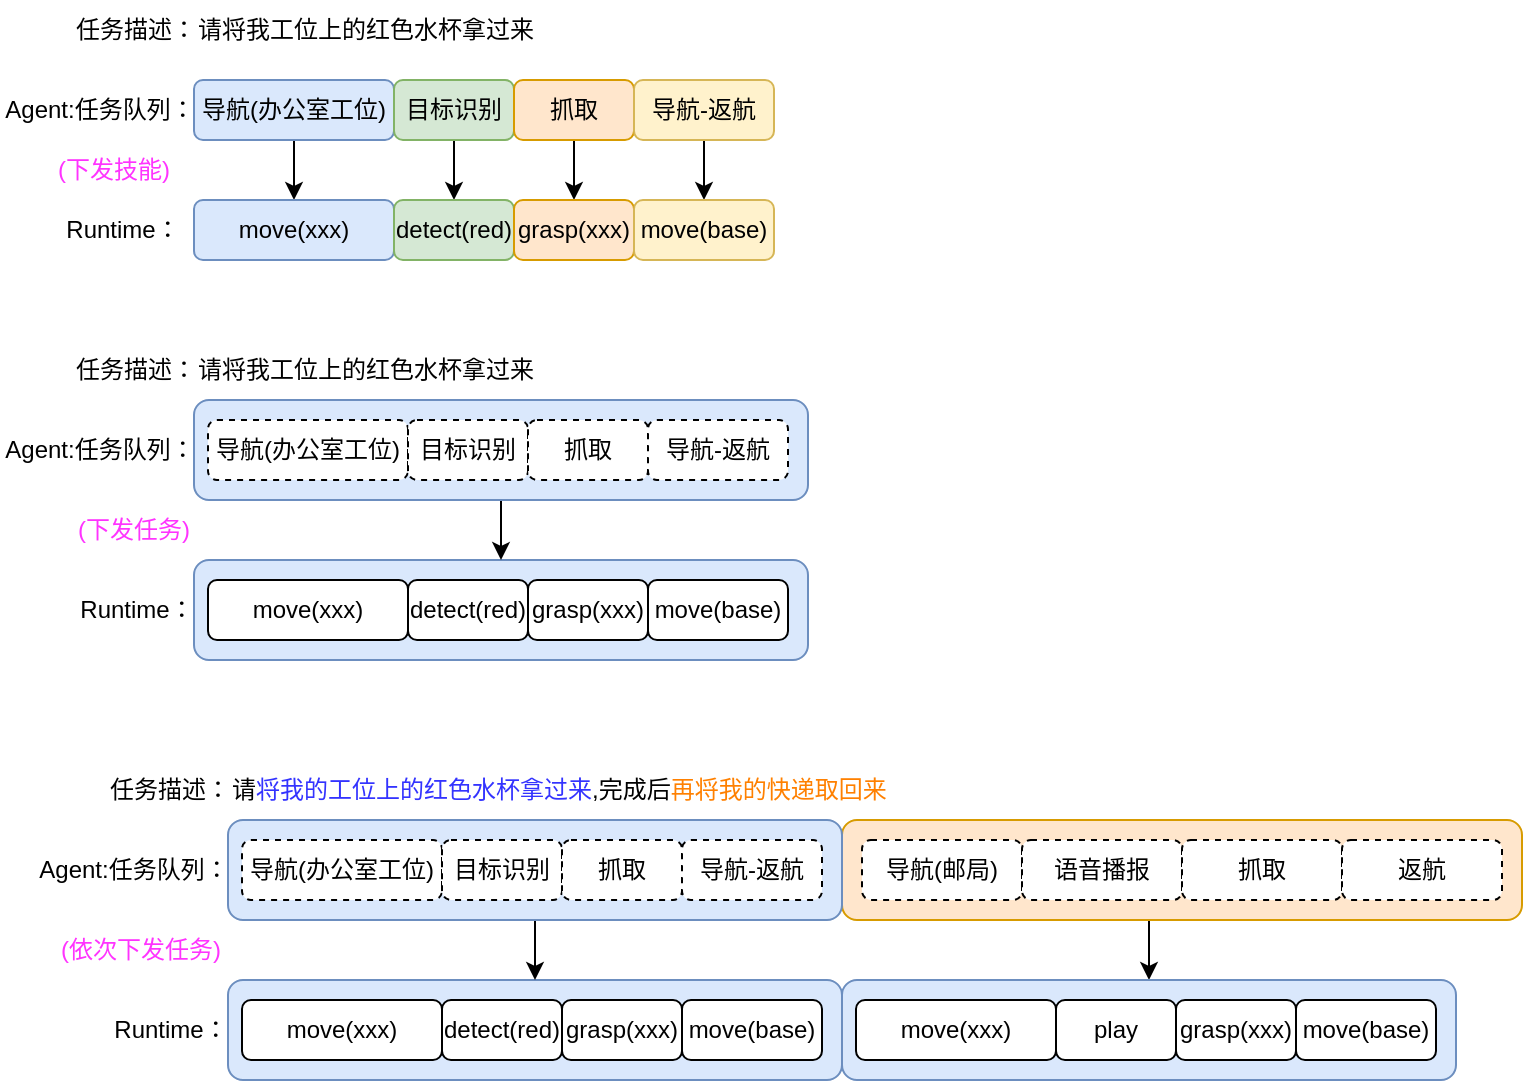
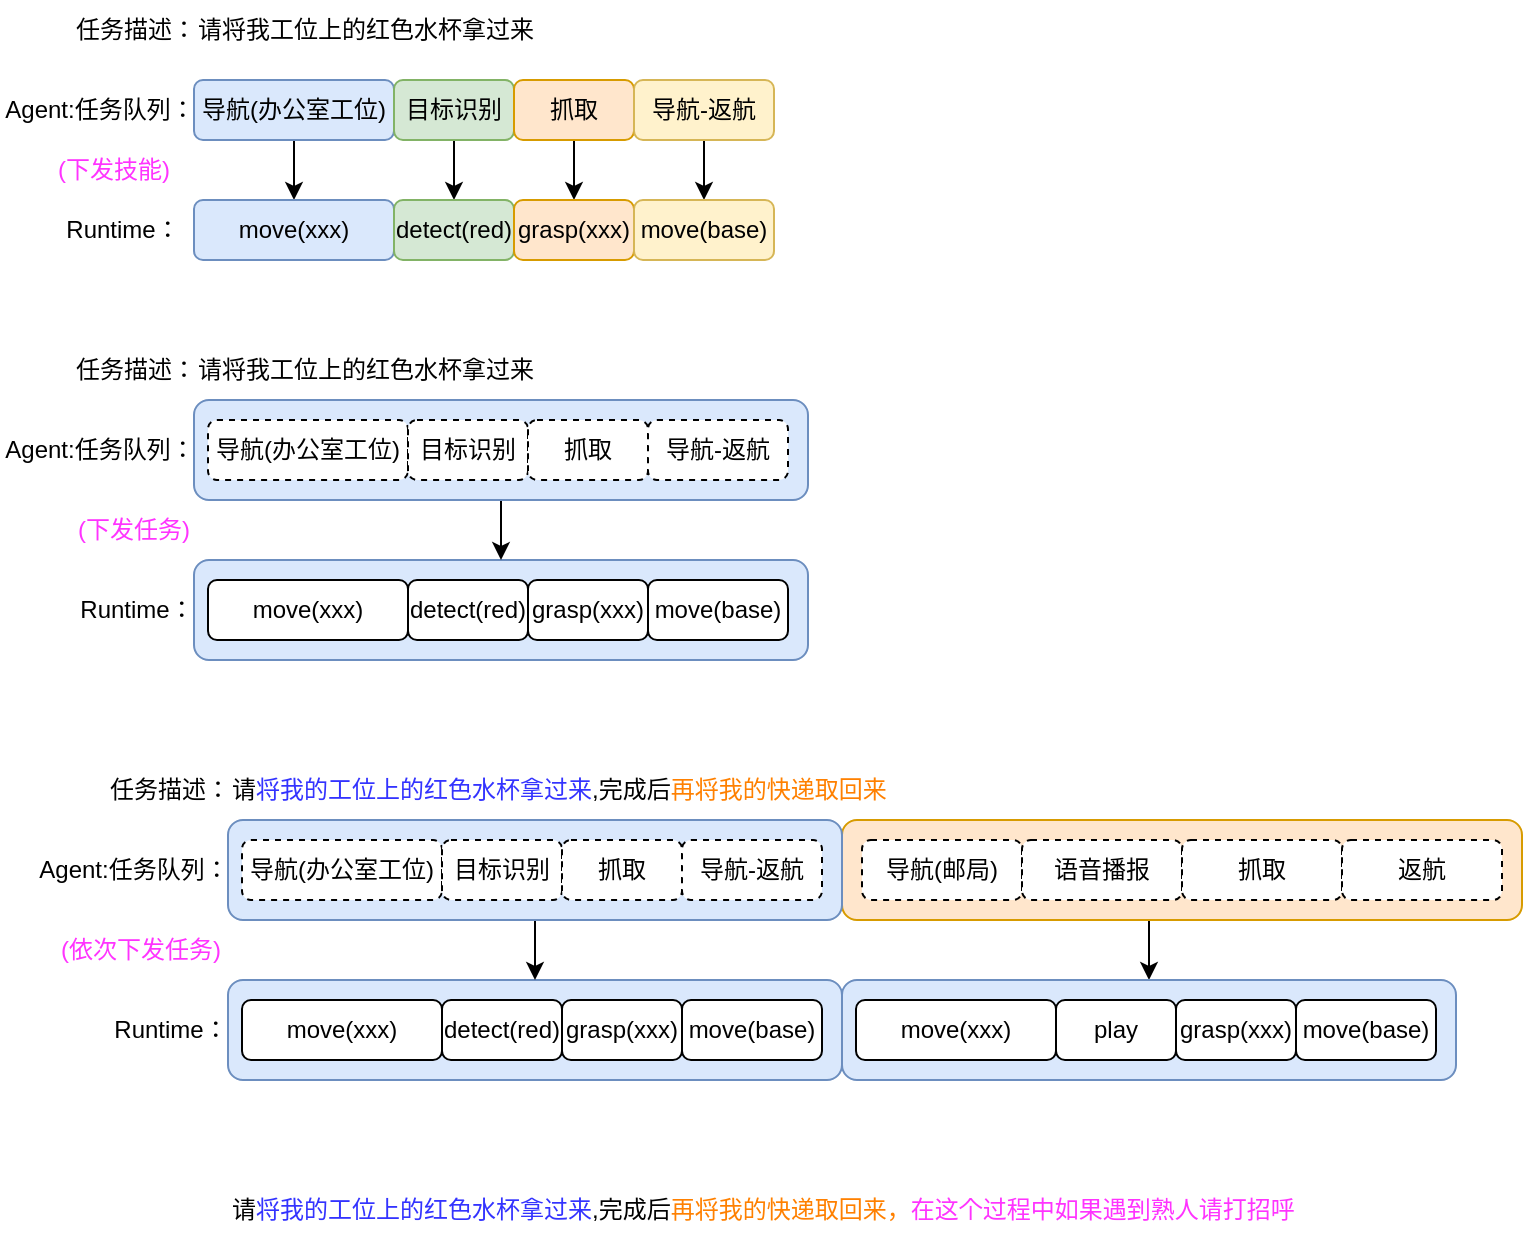
<mxfile host="app.diagrams.net">
  <diagram name="第 1 页" id="AqDmRzZVIJ-5uyctXJOA">
    <mxGraphModel dx="927" dy="527" grid="1" gridSize="10" guides="1" tooltips="1" connect="1" arrows="1" fold="1" page="1" pageScale="1" pageWidth="2339" pageHeight="3300" math="0" shadow="0">
      <root>
        <mxCell id="0" />
        <mxCell id="1" parent="0" />
        <mxCell id="TX6EBbOIm9mCNyf-wsjQ-69" edge="1" parent="1" source="TX6EBbOIm9mCNyf-wsjQ-63" style="edgeStyle=orthogonalEdgeStyle;rounded=0;orthogonalLoop=1;jettySize=auto;html=1;exitX=0.5;exitY=1;exitDx=0;exitDy=0;entryX=0.5;entryY=0;entryDx=0;entryDy=0;" target="TX6EBbOIm9mCNyf-wsjQ-64">
          <mxGeometry relative="1" as="geometry" />
        </mxCell>
        <mxCell id="TX6EBbOIm9mCNyf-wsjQ-63" parent="1" style="rounded=1;whiteSpace=wrap;html=1;fillColor=#ffe6cc;strokeColor=#d79b00;" value="" vertex="1">
          <mxGeometry height="50" width="340" x="444" y="740" as="geometry" />
        </mxCell>
        <mxCell id="TX6EBbOIm9mCNyf-wsjQ-37" parent="1" style="rounded=1;whiteSpace=wrap;html=1;fillColor=#dae8fc;strokeColor=#6c8ebf;" value="" vertex="1">
          <mxGeometry height="50" width="307" x="120" y="610" as="geometry" />
        </mxCell>
        <mxCell id="TX6EBbOIm9mCNyf-wsjQ-38" edge="1" parent="1" source="TX6EBbOIm9mCNyf-wsjQ-36" style="edgeStyle=orthogonalEdgeStyle;rounded=0;orthogonalLoop=1;jettySize=auto;html=1;exitX=0.5;exitY=1;exitDx=0;exitDy=0;entryX=0.5;entryY=0;entryDx=0;entryDy=0;" target="TX6EBbOIm9mCNyf-wsjQ-37">
          <mxGeometry relative="1" as="geometry" />
        </mxCell>
        <mxCell id="TX6EBbOIm9mCNyf-wsjQ-36" parent="1" style="rounded=1;whiteSpace=wrap;html=1;fillColor=#dae8fc;strokeColor=#6c8ebf;" value="" vertex="1">
          <mxGeometry height="50" width="307" x="120" y="530" as="geometry" />
        </mxCell>
        <mxCell id="TX6EBbOIm9mCNyf-wsjQ-15" edge="1" parent="1" source="TX6EBbOIm9mCNyf-wsjQ-1" style="edgeStyle=orthogonalEdgeStyle;rounded=0;orthogonalLoop=1;jettySize=auto;html=1;exitX=0.5;exitY=1;exitDx=0;exitDy=0;entryX=0.5;entryY=0;entryDx=0;entryDy=0;" target="TX6EBbOIm9mCNyf-wsjQ-11">
          <mxGeometry relative="1" as="geometry" />
        </mxCell>
        <mxCell id="TX6EBbOIm9mCNyf-wsjQ-1" parent="1" style="rounded=1;whiteSpace=wrap;html=1;fillColor=#dae8fc;strokeColor=#6c8ebf;" value="导航(办公室工位)" vertex="1">
          <mxGeometry height="30" width="100" x="120" y="370" as="geometry" />
        </mxCell>
        <mxCell id="TX6EBbOIm9mCNyf-wsjQ-2" parent="1" style="text;html=1;whiteSpace=wrap;strokeColor=none;fillColor=none;align=center;verticalAlign=middle;rounded=0;" value="Agent:任务队列：" vertex="1">
          <mxGeometry height="30" width="100" x="23" y="370" as="geometry" />
        </mxCell>
        <mxCell id="TX6EBbOIm9mCNyf-wsjQ-3" parent="1" style="text;html=1;whiteSpace=wrap;strokeColor=none;fillColor=none;align=center;verticalAlign=middle;rounded=0;" value="任务描述：" vertex="1">
          <mxGeometry height="30" width="70" x="56" y="330" as="geometry" />
        </mxCell>
        <mxCell id="TX6EBbOIm9mCNyf-wsjQ-4" parent="1" style="text;html=1;whiteSpace=wrap;strokeColor=none;fillColor=none;align=left;verticalAlign=middle;rounded=0;" value="请将我工位上的红色水杯拿过来" vertex="1">
          <mxGeometry height="30" width="220" x="120" y="330" as="geometry" />
        </mxCell>
        <mxCell id="TX6EBbOIm9mCNyf-wsjQ-16" edge="1" parent="1" source="TX6EBbOIm9mCNyf-wsjQ-5" style="edgeStyle=orthogonalEdgeStyle;rounded=0;orthogonalLoop=1;jettySize=auto;html=1;exitX=0.5;exitY=1;exitDx=0;exitDy=0;entryX=0.5;entryY=0;entryDx=0;entryDy=0;" target="TX6EBbOIm9mCNyf-wsjQ-12">
          <mxGeometry relative="1" as="geometry" />
        </mxCell>
        <mxCell id="TX6EBbOIm9mCNyf-wsjQ-5" parent="1" style="rounded=1;whiteSpace=wrap;html=1;fillColor=#d5e8d4;strokeColor=#82b366;" value="目标识别" vertex="1">
          <mxGeometry height="30" width="60" x="220" y="370" as="geometry" />
        </mxCell>
        <mxCell id="TX6EBbOIm9mCNyf-wsjQ-17" edge="1" parent="1" source="TX6EBbOIm9mCNyf-wsjQ-6" style="edgeStyle=orthogonalEdgeStyle;rounded=0;orthogonalLoop=1;jettySize=auto;html=1;exitX=0.5;exitY=1;exitDx=0;exitDy=0;entryX=0.5;entryY=0;entryDx=0;entryDy=0;" target="TX6EBbOIm9mCNyf-wsjQ-13">
          <mxGeometry relative="1" as="geometry" />
        </mxCell>
        <mxCell id="TX6EBbOIm9mCNyf-wsjQ-6" parent="1" style="rounded=1;whiteSpace=wrap;html=1;fillColor=#ffe6cc;strokeColor=#d79b00;" value="抓取" vertex="1">
          <mxGeometry height="30" width="60" x="280" y="370" as="geometry" />
        </mxCell>
        <mxCell id="TX6EBbOIm9mCNyf-wsjQ-18" edge="1" parent="1" source="TX6EBbOIm9mCNyf-wsjQ-7" style="edgeStyle=orthogonalEdgeStyle;rounded=0;orthogonalLoop=1;jettySize=auto;html=1;exitX=0.5;exitY=1;exitDx=0;exitDy=0;entryX=0.5;entryY=0;entryDx=0;entryDy=0;" target="TX6EBbOIm9mCNyf-wsjQ-14">
          <mxGeometry relative="1" as="geometry" />
        </mxCell>
        <mxCell id="TX6EBbOIm9mCNyf-wsjQ-7" parent="1" style="rounded=1;whiteSpace=wrap;html=1;fillColor=#fff2cc;strokeColor=#d6b656;" value="导航-返航" vertex="1">
          <mxGeometry height="30" width="70" x="340" y="370" as="geometry" />
        </mxCell>
        <mxCell id="TX6EBbOIm9mCNyf-wsjQ-8" parent="1" style="text;html=1;whiteSpace=wrap;strokeColor=none;fillColor=none;align=center;verticalAlign=middle;rounded=0;" value="Runtime：" vertex="1">
          <mxGeometry height="30" width="57" x="56" y="430" as="geometry" />
        </mxCell>
        <mxCell id="TX6EBbOIm9mCNyf-wsjQ-11" parent="1" style="rounded=1;whiteSpace=wrap;html=1;fillColor=#dae8fc;strokeColor=#6c8ebf;" value="move(xxx)" vertex="1">
          <mxGeometry height="30" width="100" x="120" y="430" as="geometry" />
        </mxCell>
        <mxCell id="TX6EBbOIm9mCNyf-wsjQ-12" parent="1" style="rounded=1;whiteSpace=wrap;html=1;fillColor=#d5e8d4;strokeColor=#82b366;" value="detect(red)" vertex="1">
          <mxGeometry height="30" width="60" x="220" y="430" as="geometry" />
        </mxCell>
        <mxCell id="TX6EBbOIm9mCNyf-wsjQ-13" parent="1" style="rounded=1;whiteSpace=wrap;html=1;fillColor=#ffe6cc;strokeColor=#d79b00;" value="grasp(xxx)" vertex="1">
          <mxGeometry height="30" width="60" x="280" y="430" as="geometry" />
        </mxCell>
        <mxCell id="TX6EBbOIm9mCNyf-wsjQ-14" parent="1" style="rounded=1;whiteSpace=wrap;html=1;fillColor=#fff2cc;strokeColor=#d6b656;" value="move(base)" vertex="1">
          <mxGeometry height="30" width="70" x="340" y="430" as="geometry" />
        </mxCell>
        <mxCell id="TX6EBbOIm9mCNyf-wsjQ-19" parent="1" style="text;html=1;whiteSpace=wrap;strokeColor=none;fillColor=none;align=left;verticalAlign=middle;rounded=0;" value="请将我工位上的红色水杯拿过来" vertex="1">
          <mxGeometry height="30" width="220" x="120" y="500" as="geometry" />
        </mxCell>
        <mxCell id="TX6EBbOIm9mCNyf-wsjQ-20" parent="1" style="text;html=1;whiteSpace=wrap;strokeColor=none;fillColor=none;align=center;verticalAlign=middle;rounded=0;" value="任务描述：" vertex="1">
          <mxGeometry height="30" width="70" x="56" y="500" as="geometry" />
        </mxCell>
        <mxCell id="TX6EBbOIm9mCNyf-wsjQ-22" parent="1" style="rounded=1;whiteSpace=wrap;html=1;dashed=1;" value="导航(办公室工位)" vertex="1">
          <mxGeometry height="30" width="100" x="127" y="540" as="geometry" />
        </mxCell>
        <mxCell id="TX6EBbOIm9mCNyf-wsjQ-23" parent="1" style="text;html=1;whiteSpace=wrap;strokeColor=none;fillColor=none;align=center;verticalAlign=middle;rounded=0;" value="Agent:任务队列：" vertex="1">
          <mxGeometry height="30" width="100" x="23" y="540" as="geometry" />
        </mxCell>
        <mxCell id="TX6EBbOIm9mCNyf-wsjQ-25" parent="1" style="rounded=1;whiteSpace=wrap;html=1;dashed=1;" value="目标识别" vertex="1">
          <mxGeometry height="30" width="60" x="227" y="540" as="geometry" />
        </mxCell>
        <mxCell id="TX6EBbOIm9mCNyf-wsjQ-27" parent="1" style="rounded=1;whiteSpace=wrap;html=1;dashed=1;" value="抓取" vertex="1">
          <mxGeometry height="30" width="60" x="287" y="540" as="geometry" />
        </mxCell>
        <mxCell id="TX6EBbOIm9mCNyf-wsjQ-29" parent="1" style="rounded=1;whiteSpace=wrap;html=1;dashed=1;" value="导航-返航" vertex="1">
          <mxGeometry height="30" width="70" x="347" y="540" as="geometry" />
        </mxCell>
        <mxCell id="TX6EBbOIm9mCNyf-wsjQ-30" parent="1" style="text;html=1;whiteSpace=wrap;strokeColor=none;fillColor=none;align=center;verticalAlign=middle;rounded=0;" value="Runtime：" vertex="1">
          <mxGeometry height="30" width="57" x="62.5" y="620" as="geometry" />
        </mxCell>
        <mxCell id="TX6EBbOIm9mCNyf-wsjQ-31" parent="1" style="rounded=1;whiteSpace=wrap;html=1;" value="move(xxx)" vertex="1">
          <mxGeometry height="30" width="100" x="127" y="620" as="geometry" />
        </mxCell>
        <mxCell id="TX6EBbOIm9mCNyf-wsjQ-32" parent="1" style="rounded=1;whiteSpace=wrap;html=1;" value="detect(red)" vertex="1">
          <mxGeometry height="30" width="60" x="227" y="620" as="geometry" />
        </mxCell>
        <mxCell id="TX6EBbOIm9mCNyf-wsjQ-33" parent="1" style="rounded=1;whiteSpace=wrap;html=1;" value="grasp(xxx)" vertex="1">
          <mxGeometry height="30" width="60" x="287" y="620" as="geometry" />
        </mxCell>
        <mxCell id="TX6EBbOIm9mCNyf-wsjQ-34" parent="1" style="rounded=1;whiteSpace=wrap;html=1;" value="move(base)" vertex="1">
          <mxGeometry height="30" width="70" x="347" y="620" as="geometry" />
        </mxCell>
        <mxCell id="TX6EBbOIm9mCNyf-wsjQ-35" parent="1" style="text;html=1;whiteSpace=wrap;strokeColor=none;fillColor=none;align=center;verticalAlign=middle;rounded=0;fontColor=#FF33FF;" value="(下发技能)" vertex="1">
          <mxGeometry height="30" width="60" x="50" y="400" as="geometry" />
        </mxCell>
        <mxCell id="TX6EBbOIm9mCNyf-wsjQ-39" parent="1" style="text;html=1;whiteSpace=wrap;strokeColor=none;fillColor=none;align=center;verticalAlign=middle;rounded=0;fontColor=#FF33FF;" value="(下发任务)" vertex="1">
          <mxGeometry height="30" width="60" x="59.5" y="580" as="geometry" />
        </mxCell>
        <mxCell id="TX6EBbOIm9mCNyf-wsjQ-40" parent="1" style="rounded=1;whiteSpace=wrap;html=1;fillColor=#dae8fc;strokeColor=#6c8ebf;" value="" vertex="1">
          <mxGeometry height="50" width="307" x="137" y="820" as="geometry" />
        </mxCell>
        <mxCell id="TX6EBbOIm9mCNyf-wsjQ-41" edge="1" parent="1" source="TX6EBbOIm9mCNyf-wsjQ-42" style="edgeStyle=orthogonalEdgeStyle;rounded=0;orthogonalLoop=1;jettySize=auto;html=1;exitX=0.5;exitY=1;exitDx=0;exitDy=0;entryX=0.5;entryY=0;entryDx=0;entryDy=0;" target="TX6EBbOIm9mCNyf-wsjQ-40">
          <mxGeometry relative="1" as="geometry" />
        </mxCell>
        <mxCell id="TX6EBbOIm9mCNyf-wsjQ-42" parent="1" style="rounded=1;whiteSpace=wrap;html=1;fillColor=#dae8fc;strokeColor=#6c8ebf;" value="" vertex="1">
          <mxGeometry height="50" width="307" x="137" y="740" as="geometry" />
        </mxCell>
        <mxCell id="TX6EBbOIm9mCNyf-wsjQ-43" parent="1" style="text;html=1;whiteSpace=wrap;strokeColor=none;fillColor=none;align=left;verticalAlign=middle;rounded=0;" value="请&lt;font style=&quot;color: rgb(51, 51, 255);&quot;&gt;将我的工位上的红色水杯拿过来&lt;/font&gt;,完成后&lt;font style=&quot;color: rgb(255, 128, 0);&quot;&gt;再将我的快递取回来&lt;/font&gt;" vertex="1">
          <mxGeometry height="30" width="373" x="137" y="710" as="geometry" />
        </mxCell>
        <mxCell id="TX6EBbOIm9mCNyf-wsjQ-44" parent="1" style="text;html=1;whiteSpace=wrap;strokeColor=none;fillColor=none;align=center;verticalAlign=middle;rounded=0;" value="任务描述：" vertex="1">
          <mxGeometry height="30" width="70" x="73" y="710" as="geometry" />
        </mxCell>
        <mxCell id="TX6EBbOIm9mCNyf-wsjQ-45" parent="1" style="rounded=1;whiteSpace=wrap;html=1;dashed=1;" value="导航(办公室工位)" vertex="1">
          <mxGeometry height="30" width="100" x="144" y="750" as="geometry" />
        </mxCell>
        <mxCell id="TX6EBbOIm9mCNyf-wsjQ-46" parent="1" style="text;html=1;whiteSpace=wrap;strokeColor=none;fillColor=none;align=center;verticalAlign=middle;rounded=0;" value="Agent:任务队列：" vertex="1">
          <mxGeometry height="30" width="100" x="40" y="750" as="geometry" />
        </mxCell>
        <mxCell id="TX6EBbOIm9mCNyf-wsjQ-47" parent="1" style="rounded=1;whiteSpace=wrap;html=1;dashed=1;" value="目标识别" vertex="1">
          <mxGeometry height="30" width="60" x="244" y="750" as="geometry" />
        </mxCell>
        <mxCell id="TX6EBbOIm9mCNyf-wsjQ-48" parent="1" style="rounded=1;whiteSpace=wrap;html=1;dashed=1;" value="抓取" vertex="1">
          <mxGeometry height="30" width="60" x="304" y="750" as="geometry" />
        </mxCell>
        <mxCell id="TX6EBbOIm9mCNyf-wsjQ-49" parent="1" style="rounded=1;whiteSpace=wrap;html=1;dashed=1;" value="导航-返航" vertex="1">
          <mxGeometry height="30" width="70" x="364" y="750" as="geometry" />
        </mxCell>
        <mxCell id="TX6EBbOIm9mCNyf-wsjQ-50" parent="1" style="text;html=1;whiteSpace=wrap;strokeColor=none;fillColor=none;align=center;verticalAlign=middle;rounded=0;" value="Runtime：" vertex="1">
          <mxGeometry height="30" width="57" x="79.5" y="830" as="geometry" />
        </mxCell>
        <mxCell id="TX6EBbOIm9mCNyf-wsjQ-51" parent="1" style="rounded=1;whiteSpace=wrap;html=1;" value="move(xxx)" vertex="1">
          <mxGeometry height="30" width="100" x="144" y="830" as="geometry" />
        </mxCell>
        <mxCell id="TX6EBbOIm9mCNyf-wsjQ-52" parent="1" style="rounded=1;whiteSpace=wrap;html=1;" value="detect(red)" vertex="1">
          <mxGeometry height="30" width="60" x="244" y="830" as="geometry" />
        </mxCell>
        <mxCell id="TX6EBbOIm9mCNyf-wsjQ-53" parent="1" style="rounded=1;whiteSpace=wrap;html=1;" value="grasp(xxx)" vertex="1">
          <mxGeometry height="30" width="60" x="304" y="830" as="geometry" />
        </mxCell>
        <mxCell id="TX6EBbOIm9mCNyf-wsjQ-54" parent="1" style="rounded=1;whiteSpace=wrap;html=1;" value="move(base)" vertex="1">
          <mxGeometry height="30" width="70" x="364" y="830" as="geometry" />
        </mxCell>
        <mxCell id="TX6EBbOIm9mCNyf-wsjQ-55" parent="1" style="text;html=1;whiteSpace=wrap;strokeColor=none;fillColor=none;align=center;verticalAlign=middle;rounded=0;fontColor=#FF33FF;" value="(依次下发任务)" vertex="1">
          <mxGeometry height="30" width="86.5" x="50" y="790" as="geometry" />
        </mxCell>
        <mxCell id="TX6EBbOIm9mCNyf-wsjQ-56" parent="1" style="rounded=1;whiteSpace=wrap;html=1;dashed=1;" value="导航(邮局)" vertex="1">
          <mxGeometry height="30" width="80" x="454" y="750" as="geometry" />
        </mxCell>
        <mxCell id="TX6EBbOIm9mCNyf-wsjQ-60" parent="1" style="rounded=1;whiteSpace=wrap;html=1;dashed=1;" value="语音播报" vertex="1">
          <mxGeometry height="30" width="80" x="534" y="750" as="geometry" />
        </mxCell>
        <mxCell id="TX6EBbOIm9mCNyf-wsjQ-61" parent="1" style="rounded=1;whiteSpace=wrap;html=1;dashed=1;" value="抓取" vertex="1">
          <mxGeometry height="30" width="80" x="614" y="750" as="geometry" />
        </mxCell>
        <mxCell id="TX6EBbOIm9mCNyf-wsjQ-62" parent="1" style="rounded=1;whiteSpace=wrap;html=1;dashed=1;" value="返航" vertex="1">
          <mxGeometry height="30" width="80" x="694" y="750" as="geometry" />
        </mxCell>
        <mxCell id="TX6EBbOIm9mCNyf-wsjQ-64" parent="1" style="rounded=1;whiteSpace=wrap;html=1;fillColor=#dae8fc;strokeColor=#6c8ebf;" value="" vertex="1">
          <mxGeometry height="50" width="307" x="444" y="820" as="geometry" />
        </mxCell>
        <mxCell id="TX6EBbOIm9mCNyf-wsjQ-65" parent="1" style="rounded=1;whiteSpace=wrap;html=1;" value="move(xxx)" vertex="1">
          <mxGeometry height="30" width="100" x="451" y="830" as="geometry" />
        </mxCell>
        <mxCell id="TX6EBbOIm9mCNyf-wsjQ-66" parent="1" style="rounded=1;whiteSpace=wrap;html=1;" value="play" vertex="1">
          <mxGeometry height="30" width="60" x="551" y="830" as="geometry" />
        </mxCell>
        <mxCell id="TX6EBbOIm9mCNyf-wsjQ-67" parent="1" style="rounded=1;whiteSpace=wrap;html=1;" value="grasp(xxx)" vertex="1">
          <mxGeometry height="30" width="60" x="611" y="830" as="geometry" />
        </mxCell>
        <mxCell id="TX6EBbOIm9mCNyf-wsjQ-68" parent="1" style="rounded=1;whiteSpace=wrap;html=1;" value="move(base)" vertex="1">
          <mxGeometry height="30" width="70" x="671" y="830" as="geometry" />
        </mxCell>
+         <mxCell id="TX6EBbOIm9mCNyf-wsjQ-70" parent="1" style="text;html=1;whiteSpace=wrap;strokeColor=none;fillColor=none;align=left;verticalAlign=middle;rounded=0;" value="请&lt;font style=&quot;color: rgb(51, 51, 255);&quot;&gt;将我的工位上的红色水杯拿过来&lt;/font&gt;,完成后&lt;font style=&quot;color: rgb(255, 128, 0);&quot;&gt;再将我的快递取回来，&lt;/font&gt;&lt;font style=&quot;color: rgb(255, 51, 255);&quot;&gt;在这个过程中如果遇到熟人请打招呼&lt;/font&gt;" vertex="1">
+           <mxGeometry height="30" width="583" x="137" y="920" as="geometry" />
+         </mxCell>
      </root>
    </mxGraphModel>
  </diagram>
</mxfile>
